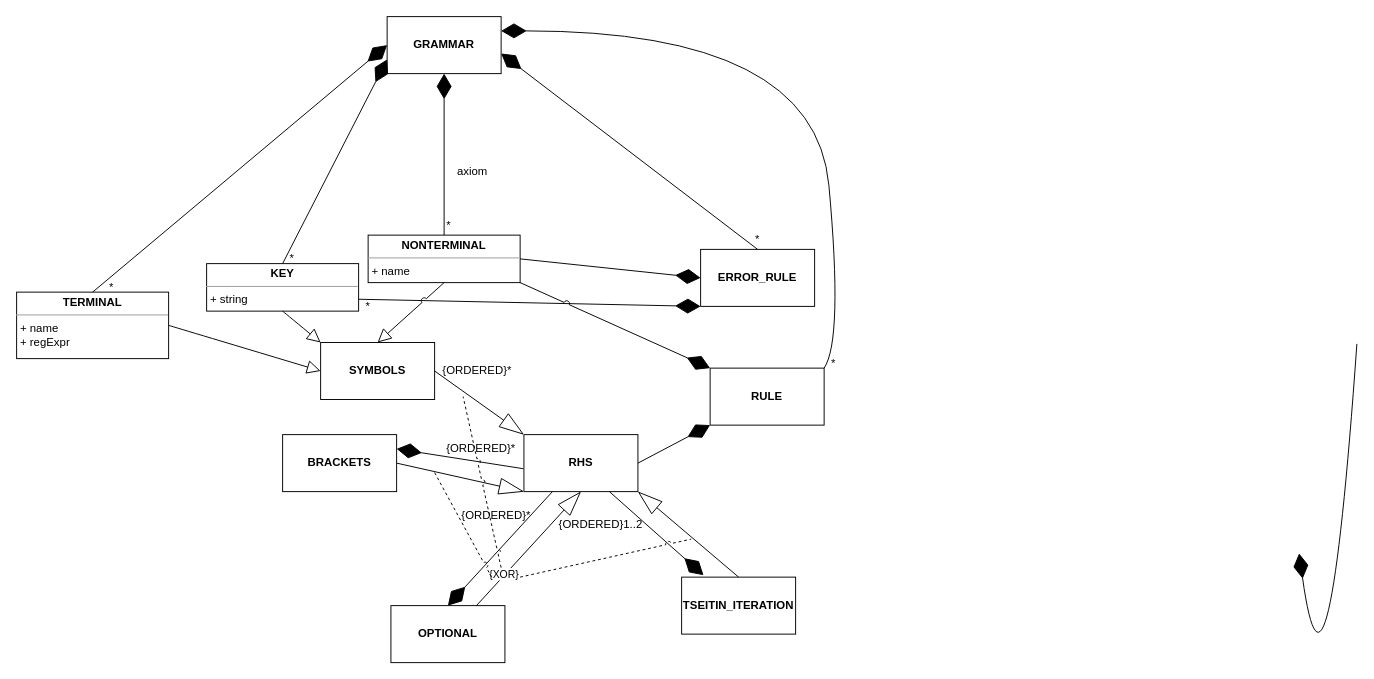
Above: docs/raw_diagrams/metamodel.drawio in aVorotnikov/dsl_generator (draw.io), before the change. Source tidied: cells renumbered, new cells numbered last; positions are measured from the earlier drawing's top-left corner, leaving out a move shared by most shapes. Both pictures are drawn from the tidied source at 95%, with x=0, y=0 at pixel (16, 16).
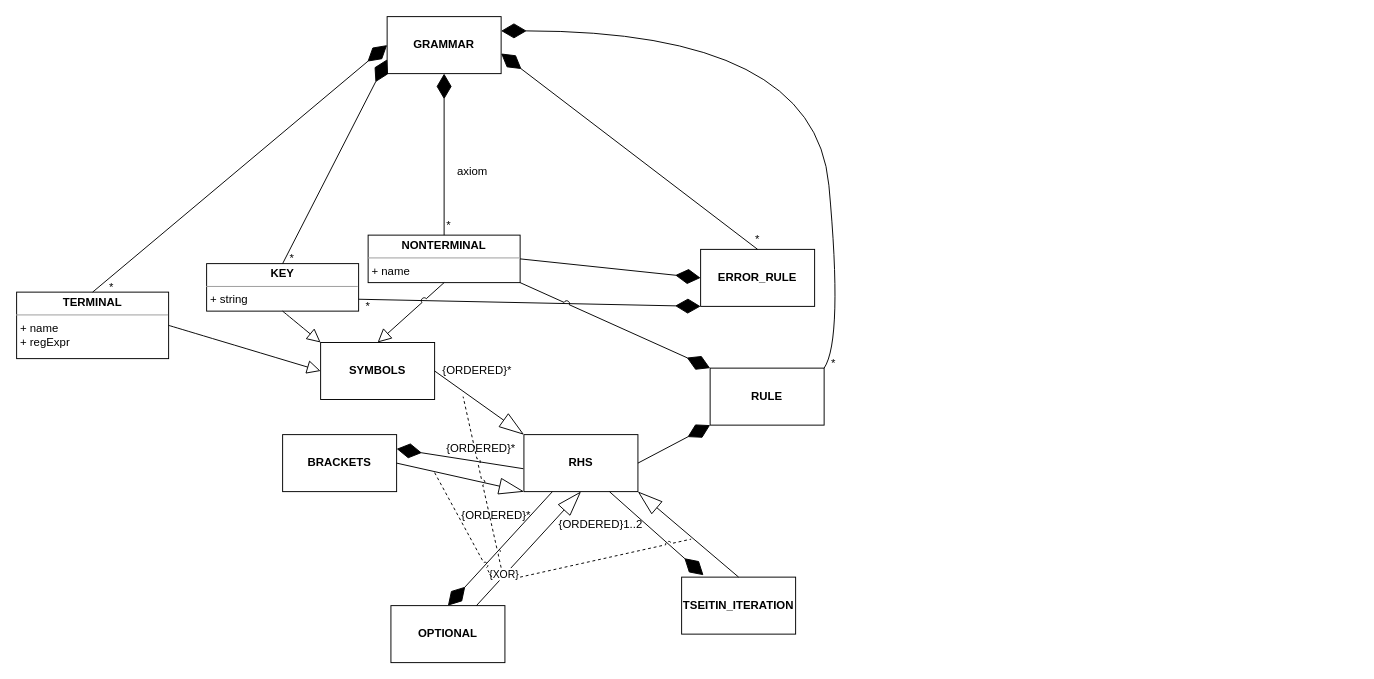
The same page after the edit.

Diff of the diagram source:
```diff
@@
-    <mxCell id="2" style="endArrow=diamondThin;endFill=1;endSize=24;html=1;exitX=0.423;exitY=0.991;exitDx=0;exitDy=0;entryX=0.454;entryY=0.98;entryDx=0;entryDy=0;curved=1;entryPerimeter=0;exitPerimeter=0;" parent="1" edge="1">
-      <mxGeometry relative="1" as="geometry">
-        <mxPoint x="1410.8" y="344.5" as="sourcePoint" />
-        <mxPoint x="1350" y="565" as="targetPoint" />
-        <Array as="points">
-          <mxPoint x="1380" y="780" />
-        </Array>
-      </mxGeometry>
-    </mxCell>
```
